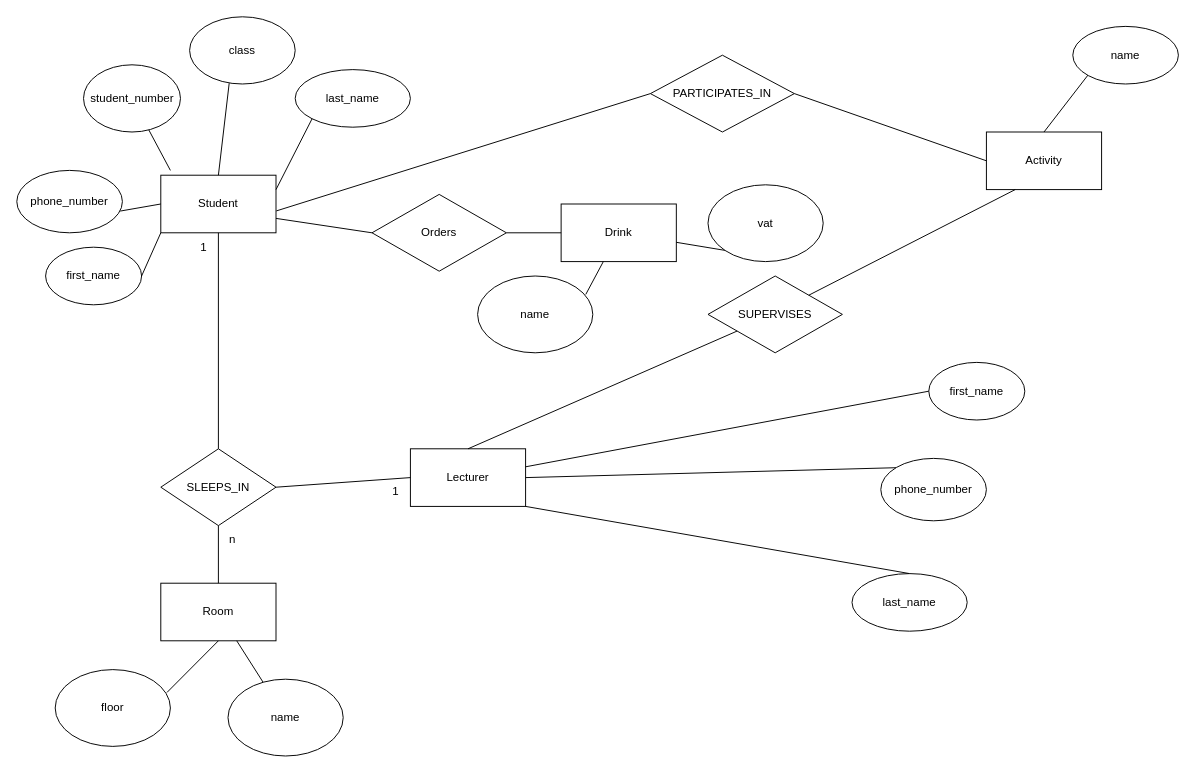
tnb1604/DatabasesProject keeps this draw.io diagram as DatabasesERDdiagram.drawio. Above is the earlier version. Source tidied: cells renumbered, new cells numbered last; positions are measured from the earlier drawing's top-left corner, leaving out a move shared by most shapes. Both pictures are drawn from the tidied source at 96%, with x=0, y=0 at pixel (16, 16).
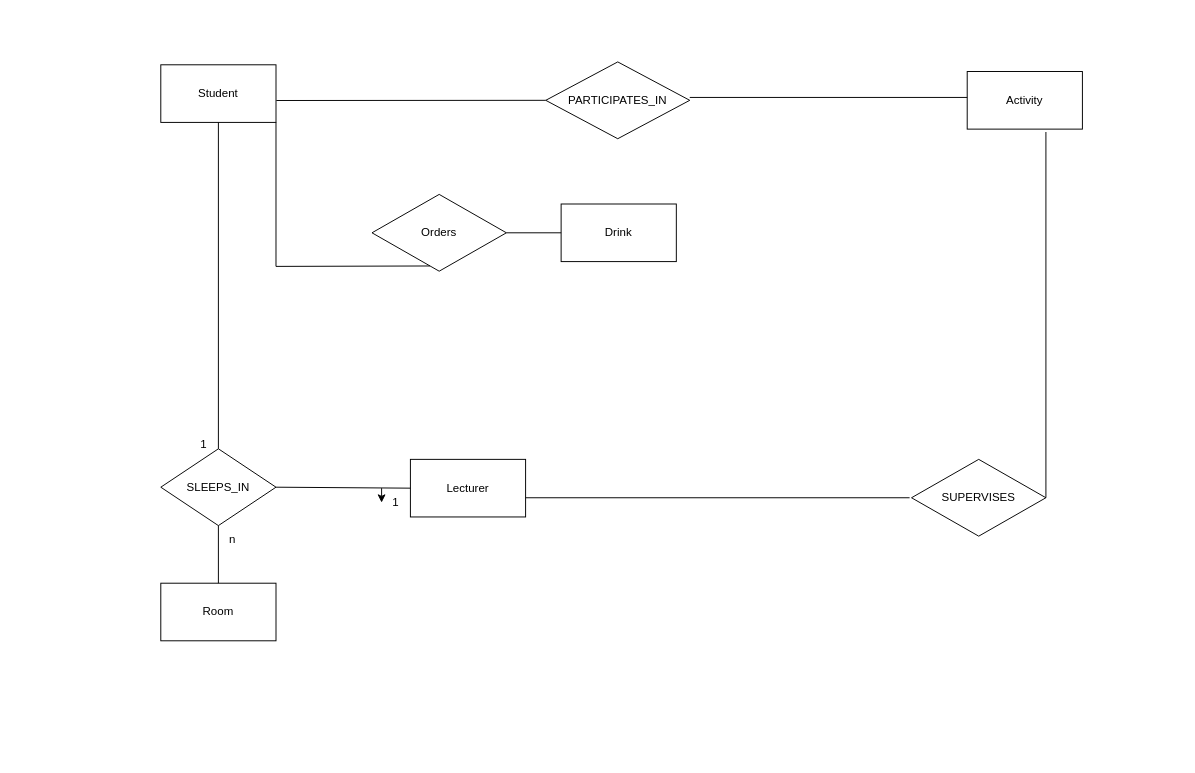
Above is the later version.

Unchanged cells that the change refers to:
```xml
<mxCell id="4" value="Room" style="rounded=0;whiteSpace=wrap;html=1;" parent="1" vertex="1">
  <mxGeometry x="150" y="590" width="120" height="60" as="geometry" />
</mxCell>
<mxCell id="5" value="Drink" style="rounded=0;whiteSpace=wrap;html=1;" parent="1" vertex="1">
  <mxGeometry x="567" y="195" width="120" height="60" as="geometry" />
</mxCell>
<mxCell id="40" value="Orders" style="rhombus;whiteSpace=wrap;html=1;" parent="1" vertex="1">
  <mxGeometry x="370" y="185" width="140" height="80" as="geometry" />
</mxCell>
```

The edit, as a diff of the source:
```diff
@@
     <mxCell id="2" value="Student" style="rounded=0;whiteSpace=wrap;html=1;" parent="1" vertex="1">
-      <mxGeometry x="150" y="165" width="120" height="60" as="geometry" />
+      <mxGeometry x="150" y="50" width="120" height="60" as="geometry" />
     </mxCell>
     <mxCell id="3" value="Activity" style="rounded=0;whiteSpace=wrap;html=1;" parent="1" vertex="1">
-      <mxGeometry x="1010" y="120" width="120" height="60" as="geometry" />
+      <mxGeometry x="990" y="57" width="120" height="60" as="geometry" />
     </mxCell>
@@
-    <mxCell id="6" value="last_name" style="ellipse;whiteSpace=wrap;html=1;" parent="1" vertex="1">
-      <mxGeometry x="290" y="55" width="120" height="60" as="geometry" />
-    </mxCell>
-    <mxCell id="7" value="phone_number" style="ellipse;whiteSpace=wrap;html=1;" parent="1" vertex="1">
-      <mxGeometry y="160" width="110" height="65" as="geometry" />
-    </mxCell>
-    <mxCell id="8" value="class" style="ellipse;whiteSpace=wrap;html=1;" parent="1" vertex="1">
-      <mxGeometry x="180" width="110" height="70" as="geometry" />
-    </mxCell>
-    <mxCell id="9" value="student_number" style="ellipse;whiteSpace=wrap;html=1;" parent="1" vertex="1">
-      <mxGeometry x="69.5" y="50" width="101" height="70" as="geometry" />
-    </mxCell>
-    <mxCell id="10" value="first_name" style="ellipse;whiteSpace=wrap;html=1;" parent="1" vertex="1">
-      <mxGeometry x="30" y="240" width="100" height="60" as="geometry" />
-    </mxCell>
-    <mxCell id="11" style="endArrow=none;html=1;rounded=0;entryX=1;entryY=0.25;entryDx=0;entryDy=0;exitX=0;exitY=1;exitDx=0;exitDy=0;" parent="1" edge="1" source="6" target="2">
-      <mxGeometry relative="1" as="geometry" />
-    </mxCell>
-    <mxCell id="12" style="endArrow=none;html=1;rounded=0;exitX=1;exitY=0.5;exitDx=0;exitDy=0;entryX=0;entryY=1;entryDx=0;entryDy=0;" parent="1" edge="1" source="10" target="2">
-      <mxGeometry relative="1" as="geometry" />
-    </mxCell>
-    <mxCell id="13" style="endArrow=none;html=1;rounded=0;entryX=0;entryY=0.5;entryDx=0;entryDy=0;exitX=0.979;exitY=0.652;exitDx=0;exitDy=0;exitPerimeter=0;" parent="1" edge="1" source="7" target="2">
-      <mxGeometry relative="1" as="geometry" />
-    </mxCell>
-    <mxCell id="14" style="endArrow=none;html=1;rounded=0;" parent="1" edge="1" target="9">
-      <mxGeometry relative="1" as="geometry">
-        <mxPoint x="160" y="160" as="sourcePoint" />
-      </mxGeometry>
-    </mxCell>
-    <mxCell id="15" style="endArrow=none;html=1;rounded=0;entryX=0.375;entryY=0.988;entryDx=0;entryDy=0;exitX=0.5;exitY=0;exitDx=0;exitDy=0;entryPerimeter=0;" parent="1" edge="1" source="2" target="8">
-      <mxGeometry relative="1" as="geometry" />
-    </mxCell>
-    <mxCell id="16" style="endArrow=none;html=1;rounded=0;exitX=0.5;exitY=0;exitDx=0;exitDy=0;exitPerimeter=0;entryX=0.5;entryY=0;entryDx=0;entryDy=0;" parent="1" edge="1" source="3" target="17">
-      <mxGeometry relative="1" as="geometry" />
-    </mxCell>
-    <mxCell id="17" value="name" style="ellipse;whiteSpace=wrap;html=1;" parent="1" vertex="1">
-      <mxGeometry x="1100" y="10" width="110" height="60" as="geometry" />
-    </mxCell>
-    <mxCell id="18" value="name" style="ellipse;whiteSpace=wrap;html=1;" parent="1" vertex="1">
-      <mxGeometry x="220" y="690" width="120" height="80" as="geometry" />
-    </mxCell>
-    <mxCell id="19" value="floor" style="ellipse;whiteSpace=wrap;html=1;" parent="1" vertex="1">
-      <mxGeometry x="40" y="680" width="120" height="80" as="geometry" />
-    </mxCell>
-    <mxCell id="20" style="endArrow=none;html=1;rounded=0;exitX=0.5;exitY=1;exitDx=0;exitDy=0;entryX=0.97;entryY=0.298;entryDx=0;entryDy=0;entryPerimeter=0;" parent="1" edge="1" source="4" target="19">
-      <mxGeometry relative="1" as="geometry" />
-    </mxCell>
-    <mxCell id="21" style="endArrow=none;html=1;rounded=0;" parent="1" edge="1" source="4" target="18">
-      <mxGeometry relative="1" as="geometry" />
-    </mxCell>
-    <mxCell id="22" value="name" style="ellipse;whiteSpace=wrap;html=1;" parent="1" vertex="1">
-      <mxGeometry x="480" y="270" width="120" height="80" as="geometry" />
-    </mxCell>
-    <mxCell id="23" value="vat" style="ellipse;whiteSpace=wrap;html=1;" parent="1" vertex="1">
-      <mxGeometry x="720" y="175" width="120" height="80" as="geometry" />
-    </mxCell>
-    <mxCell id="24" style="endArrow=none;html=1;rounded=0;entryX=0.939;entryY=0.24;entryDx=0;entryDy=0;entryPerimeter=0;" parent="1" edge="1" source="5" target="22">
-      <mxGeometry relative="1" as="geometry" />
-    </mxCell>
-    <mxCell id="25" style="endArrow=none;html=1;rounded=0;entryX=0;entryY=1;entryDx=0;entryDy=0;" parent="1" edge="1" source="5" target="23">
-      <mxGeometry relative="1" as="geometry" />
-    </mxCell>
     <mxCell id="26" value="Lecturer" style="rounded=0;whiteSpace=wrap;html=1;" parent="1" vertex="1">
-      <mxGeometry x="410" y="450" width="120" height="60" as="geometry" />
+      <mxGeometry x="410" y="461" width="120" height="60" as="geometry" />
     </mxCell>
-    <mxCell id="27" value="last_name" style="ellipse;whiteSpace=wrap;html=1;" parent="1" vertex="1">
-      <mxGeometry x="870" y="580" width="120" height="60" as="geometry" />
-    </mxCell>
-    <mxCell id="28" value="phone_number" style="ellipse;whiteSpace=wrap;html=1;" parent="1" vertex="1">
-      <mxGeometry x="900" y="460" width="110" height="65" as="geometry" />
-    </mxCell>
-    <mxCell id="29" value="first_name" style="ellipse;whiteSpace=wrap;html=1;" parent="1" vertex="1">
-      <mxGeometry x="950" y="360" width="100" height="60" as="geometry" />
-    </mxCell>
-    <mxCell id="30" style="endArrow=none;html=1;rounded=0;entryX=1;entryY=1;entryDx=0;entryDy=0;exitX=0.5;exitY=0;exitDx=0;exitDy=0;" parent="1" edge="1" source="27" target="26">
-      <mxGeometry relative="1" as="geometry" />
-    </mxCell>
-    <mxCell id="31" style="endArrow=none;html=1;rounded=0;exitX=0;exitY=0.5;exitDx=0;exitDy=0;" parent="1" edge="1" source="29" target="26">
-      <mxGeometry relative="1" as="geometry" />
-    </mxCell>
-    <mxCell id="32" style="endArrow=none;html=1;rounded=0;exitX=0;exitY=0;exitDx=0;exitDy=0;entryX=1;entryY=0.5;entryDx=0;entryDy=0;" parent="1" edge="1" source="28" target="26">
-      <mxGeometry relative="1" as="geometry" />
-    </mxCell>
     <mxCell id="33" value="SUPERVISES" style="rhombus;whiteSpace=wrap;html=1;" parent="1" vertex="1">
-      <mxGeometry x="720" y="270" width="140" height="80" as="geometry" />
+      <mxGeometry x="932" y="461" width="140" height="80" as="geometry" />
     </mxCell>
-    <mxCell id="34" style="endArrow=none;html=1;rounded=0;entryX=1;entryY=0;entryDx=0;entryDy=0;exitX=0.25;exitY=1;exitDx=0;exitDy=0;" parent="1" edge="1" source="3" target="33">
-      <mxGeometry relative="1" as="geometry" />
+    <mxCell id="34" style="endArrow=none;html=1;rounded=0;entryX=1;entryY=0.5;entryDx=0;entryDy=0;" parent="1" edge="1" target="33">
+      <mxGeometry relative="1" as="geometry">
+        <mxPoint x="1072" y="120" as="sourcePoint" />
+      </mxGeometry>
     </mxCell>
-    <mxCell id="35" style="endArrow=none;html=1;rounded=0;exitX=0.5;exitY=0;exitDx=0;exitDy=0;" parent="1" edge="1" source="26" target="33">
-      <mxGeometry relative="1" as="geometry" />
-    </mxCell>
@@
-    <mxCell id="41" style="endArrow=none;html=1;rounded=0;exitX=0;exitY=0.5;exitDx=0;exitDy=0;" parent="1" edge="1" source="40">
-      <mxGeometry relative="1" as="geometry">
-        <mxPoint x="270" y="210" as="targetPoint" />
-      </mxGeometry>
-    </mxCell>
@@
     <mxCell id="44" value="1" style="text;html=1;align=center;verticalAlign=middle;whiteSpace=wrap;rounded=0;" parent="1" vertex="1">
-      <mxGeometry x="180" y="225" width="30" height="30" as="geometry" />
+      <mxGeometry x="180" y="431" width="30" height="30" as="geometry" />
     </mxCell>
     <mxCell id="45" value="1" style="text;html=1;align=center;verticalAlign=middle;whiteSpace=wrap;rounded=0;" parent="1" vertex="1">
-      <mxGeometry x="380" y="480" width="30" height="30" as="geometry" />
+      <mxGeometry x="380" y="491" width="30" height="30" as="geometry" />
     </mxCell>
@@
     <mxCell id="47" value="PARTICIPATES_IN" style="rhombus;whiteSpace=wrap;html=1;" parent="1" vertex="1">
-      <mxGeometry x="660" y="40" width="150" height="80" as="geometry" />
+      <mxGeometry x="551" y="47" width="150" height="80" as="geometry" />
     </mxCell>
-    <mxCell id="48" style="endArrow=none;html=1;rounded=0;entryX=0;entryY=0.5;entryDx=0;entryDy=0;exitX=1;exitY=0.5;exitDx=0;exitDy=0;" parent="1" edge="1" source="47" target="3">
-      <mxGeometry relative="1" as="geometry" />
+    <mxCell id="48" style="endArrow=none;html=1;rounded=0;entryX=0;entryY=0.5;entryDx=0;entryDy=0;exitX=1;exitY=0.5;exitDx=0;exitDy=0;" parent="1" edge="1">
+      <mxGeometry relative="1" as="geometry">
+        <mxPoint x="701" y="84" as="sourcePoint" />
+        <mxPoint x="990" y="84" as="targetPoint" />
+      </mxGeometry>
     </mxCell>
+    <mxCell id="49" style="edgeStyle=orthogonalEdgeStyle;rounded=0;orthogonalLoop=1;jettySize=auto;html=1;exitX=0;exitY=0;exitDx=0;exitDy=0;entryX=0;entryY=0.5;entryDx=0;entryDy=0;" parent="1" edge="1" source="45" target="45">
+      <mxGeometry relative="1" as="geometry" />
+    </mxCell>
+    <mxCell id="50" style="endArrow=none;html=1;rounded=0;exitX=1;exitY=0.5;exitDx=0;exitDy=0;" parent="1" edge="1">
+      <mxGeometry relative="1" as="geometry">
+        <mxPoint x="530" y="501" as="sourcePoint" />
+        <mxPoint x="930" y="501" as="targetPoint" />
+      </mxGeometry>
+    </mxCell>
+    <mxCell id="51" style="endArrow=none;html=1;rounded=0;entryX=1;entryY=1;entryDx=0;entryDy=0;" parent="1" edge="1" target="2">
+      <mxGeometry relative="1" as="geometry">
+        <mxPoint x="270" y="260" as="sourcePoint" />
+      </mxGeometry>
+    </mxCell>
+    <mxCell id="52" style="endArrow=none;html=1;rounded=0;entryX=0.431;entryY=0.932;entryDx=0;entryDy=0;entryPerimeter=0;" parent="1" edge="1" target="40">
+      <mxGeometry relative="1" as="geometry">
+        <mxPoint x="270" y="260" as="sourcePoint" />
+      </mxGeometry>
+    </mxCell>
```
